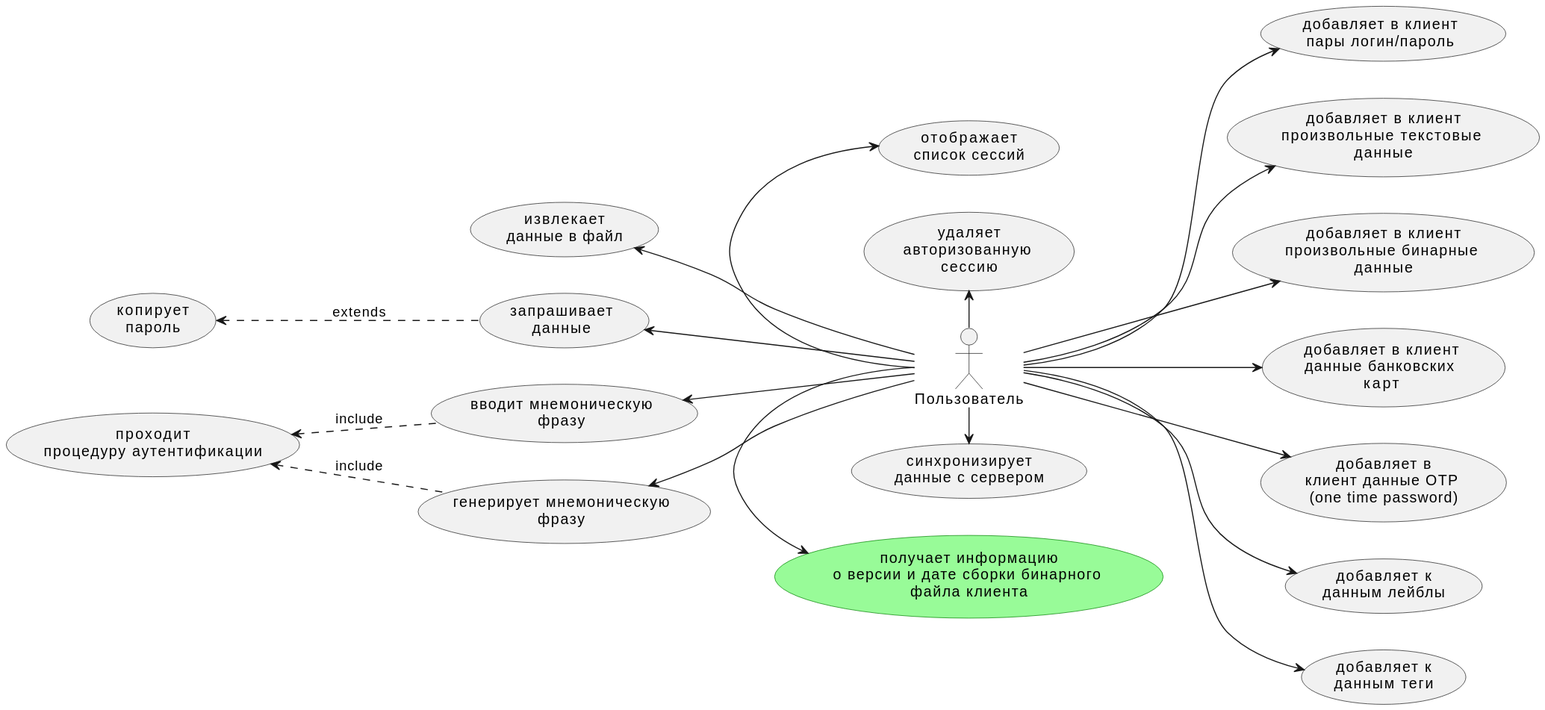
This is doc/usecase.svg from gopherlearning/gophkeeper, a PlantUML export, as it was before one commit.
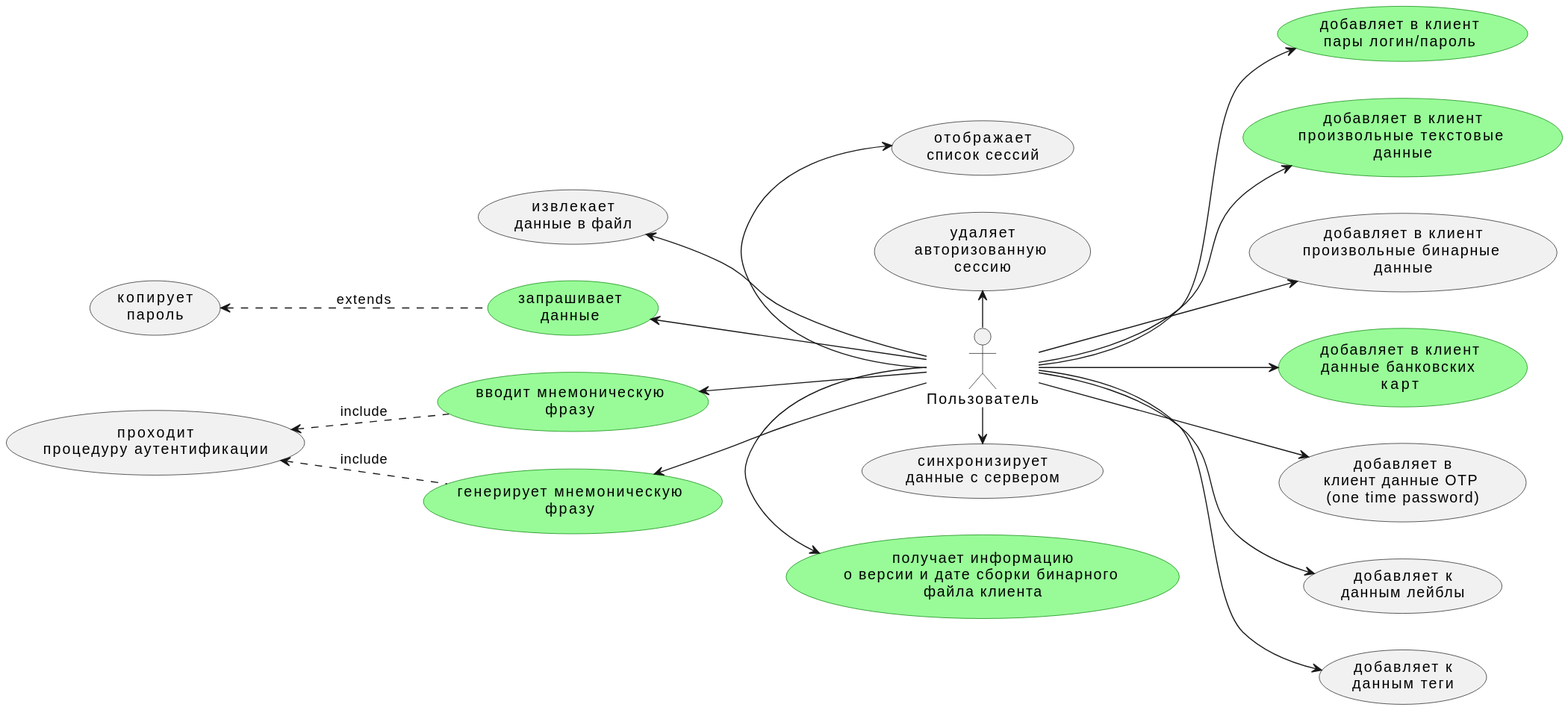
After the change.

What changed in the source:
```diff
@@ -1,24 +1,24 @@
-@startuml usecase
+@startuml
 left to right direction
 actor Пользователь as u
 usecase UC1 #palegreen;line:green as "получает информацию
 о версии и дате сборки бинарного
 файла клиента"
-usecase UC2  as "генерирует мнемоническую
+usecase UC2 #palegreen;line:green as "генерирует мнемоническую
 фразу"
-usecase UC17  as "вводит мнемоническую
+usecase UC17  #palegreen;line:green as "вводит мнемоническую
 фразу"
 usecase UC11 as "проходит
 процедуру аутентификации"
-usecase UC3  as "добавляет в клиент
+usecase UC3 #palegreen;line:green as "добавляет в клиент
 пары логин/пароль"
-usecase UC4  as "добавляет в клиент
+usecase UC4  #palegreen;line:green as "добавляет в клиент
 произвольные текстовые
 данные"
 usecase UC5  as "добавляет в клиент
 произвольные бинарные
 данные"
-usecase UC6  as "добавляет в клиент
+usecase UC6 #palegreen;line:green as "добавляет в клиент
 данные банковских
 карт"
 usecase UC7  as "добавляет в
@@ -30,7 +30,7 @@
 данным теги"
 usecase UC10 as "синхронизирует
 данные с сервером"
-usecase UC12 as "запрашивает
+usecase UC12 #palegreen;line:green as "запрашивает
 данные"
 usecase UC13 as "копирует
 пароль"
```
